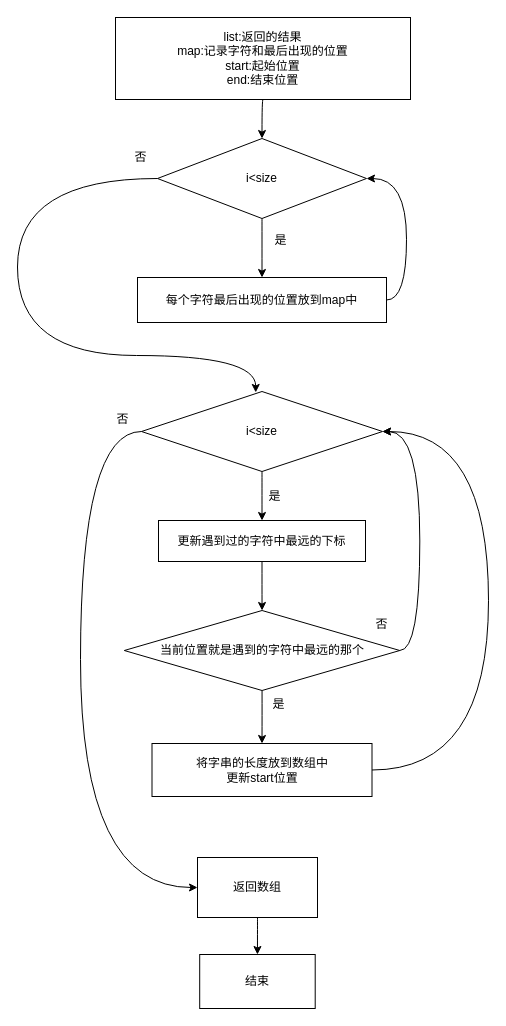
Earlier version of the draw.io diagram 我的流程图/dr/763. 划分字母区间.drawio (lilililllllililil/LiuChengTu). Source tidied: cells renumbered, new cells numbered last; positions are measured from the earlier drawing's top-left corner, leaving out a move shared by most shapes. Both pictures are drawn from the tidied source at 100%, with x=0, y=0 at pixel (17, 17).
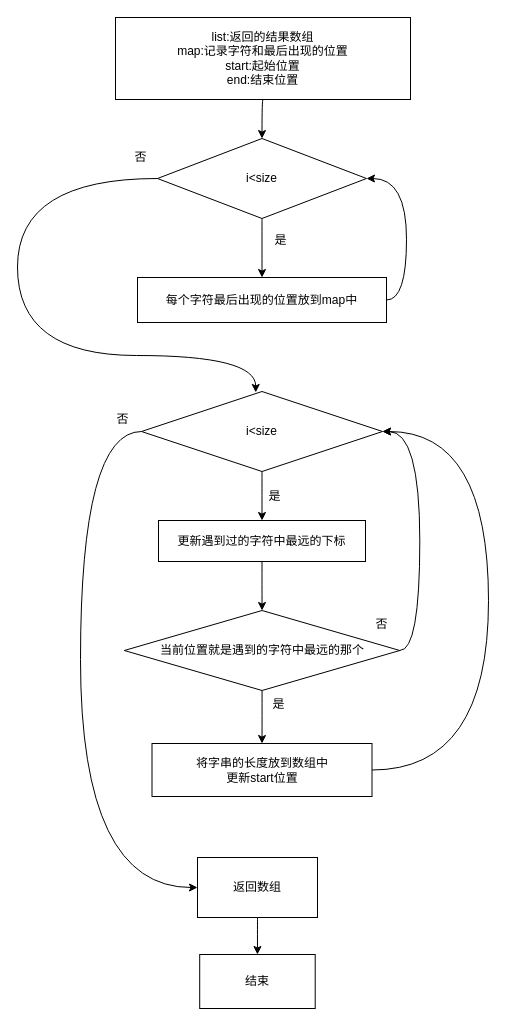
The same page after the edit.

Commit message (it also covers changes not shown here):
更新763. 划分字母区间.drawio

What changed in the source:
```diff
@@
-    <mxCell id="3" value="list:返回的结果&lt;br&gt;map:记录字符和最后出现的位置&lt;br&gt;start:起始位置&lt;br&gt;end:结束位置" style="whiteSpace=wrap;html=1;" parent="1" vertex="1">
+    <mxCell id="3" value="list:返回的结果数组&lt;br&gt;map:记录字符和最后出现的位置&lt;br&gt;start:起始位置&lt;br&gt;end:结束位置" style="whiteSpace=wrap;html=1;" parent="1" vertex="1">
       <mxGeometry x="98" width="295" height="82" as="geometry" />
     </mxCell>
```
